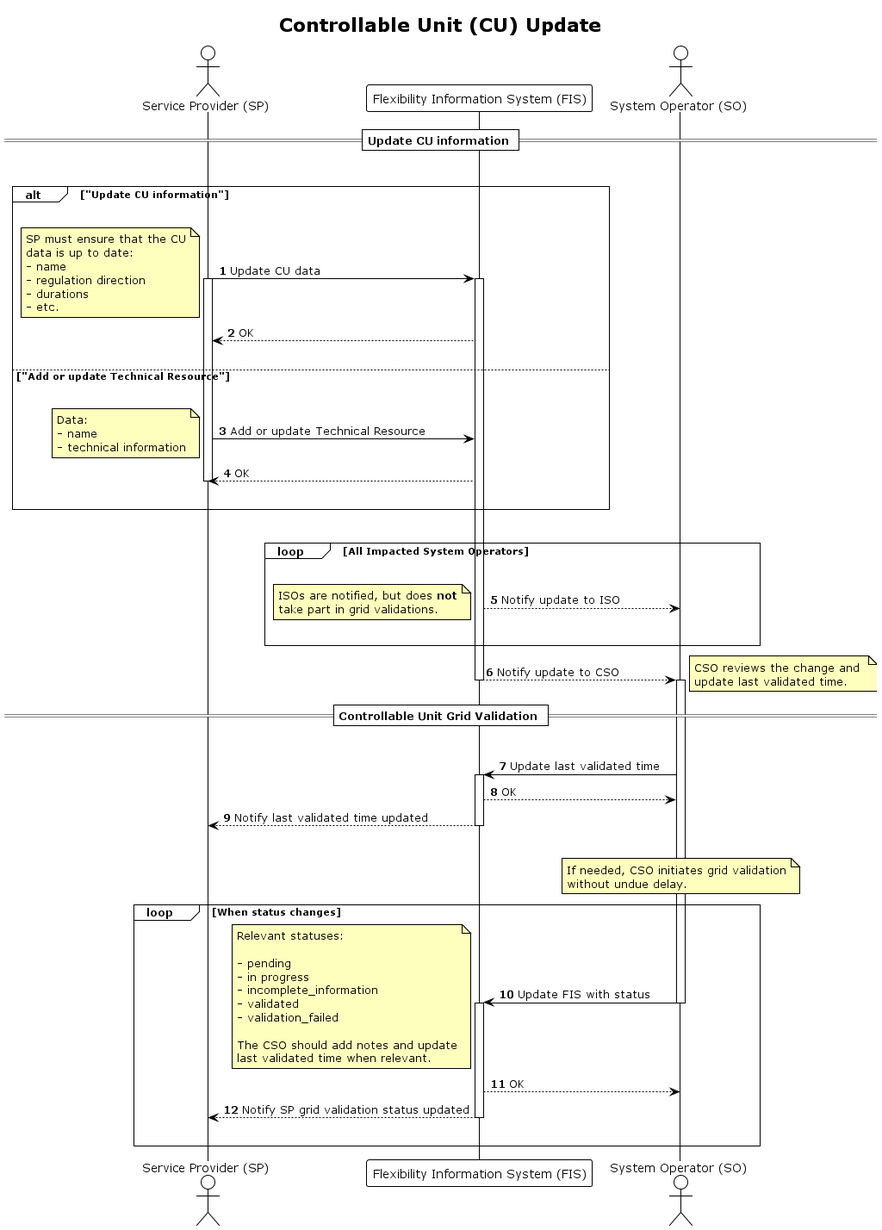
This is docs/diagrams/controllable_unit_update.png from elhub/flex-information-system, a PlantUML export, as it was before one commit.
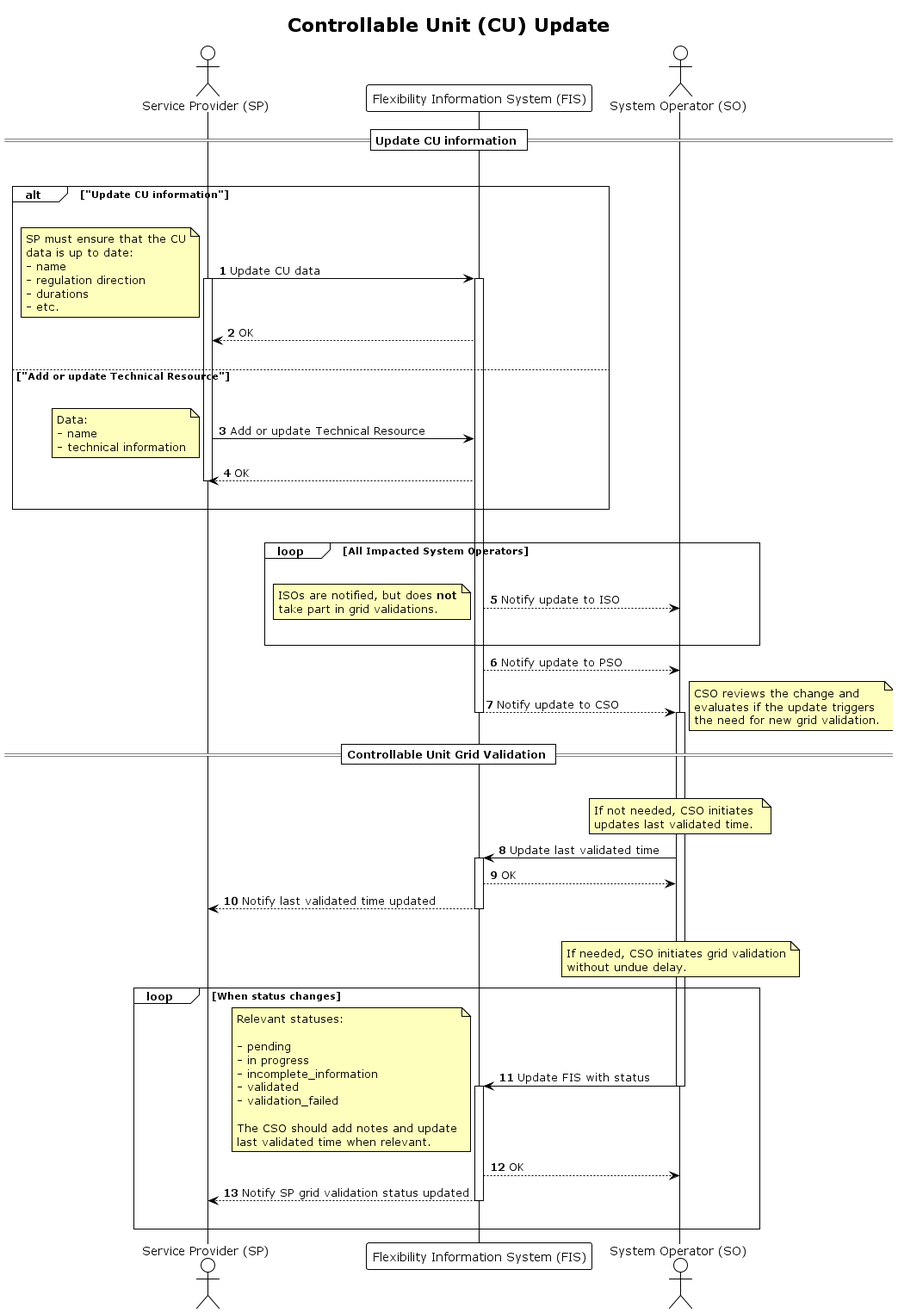
Above is the later version.

Commit message:
docs(process): update cu information (FLEX-658)

Change to the diagram source:
```diff
@@ -55,6 +55,7 @@
     end note
     |||
 end
+FIS --> SO: Notify update to PSO
 FIS --> SO: Notify update to CSO
 deactivate FIS
 
@@ -64,7 +65,13 @@
     |||
 note right
     CSO reviews the change and
-    update last validated time.
+    evaluates if the update triggers
+    the need for new grid validation.
+end note
+
+note over SO
+    If not needed, CSO initiates
+    updates last validated time.
 end note
 
 SO -> FIS: Update last validated time
```
